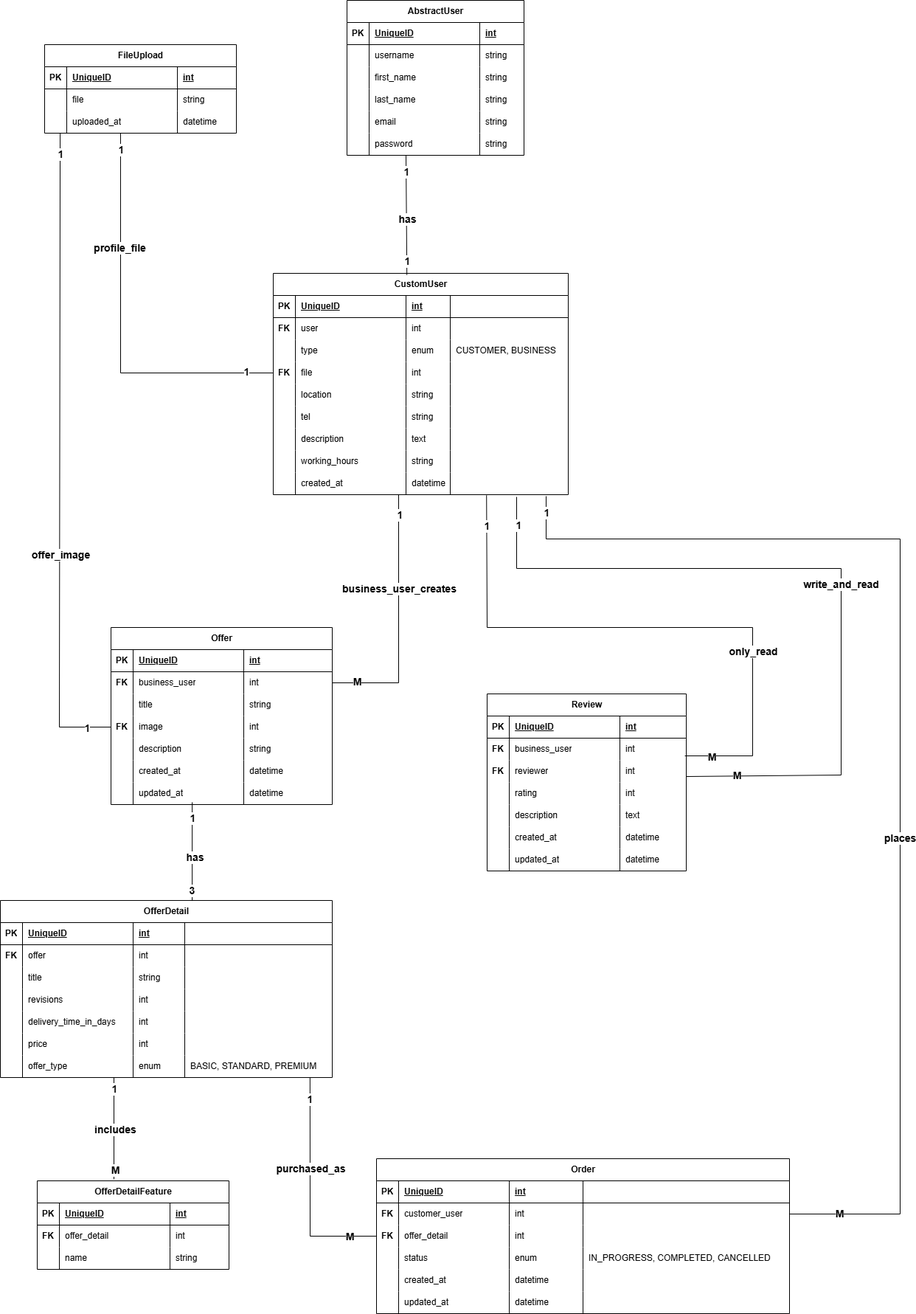
The draw.io diagram z_screenshots/erd.drawio.png in Olivierentwicklung/coderr_backend, before a commit. Source tidied: cells renumbered, new cells last; positions are measured from the earlier drawing's top-left corner, leaving out a move shared by most shapes.
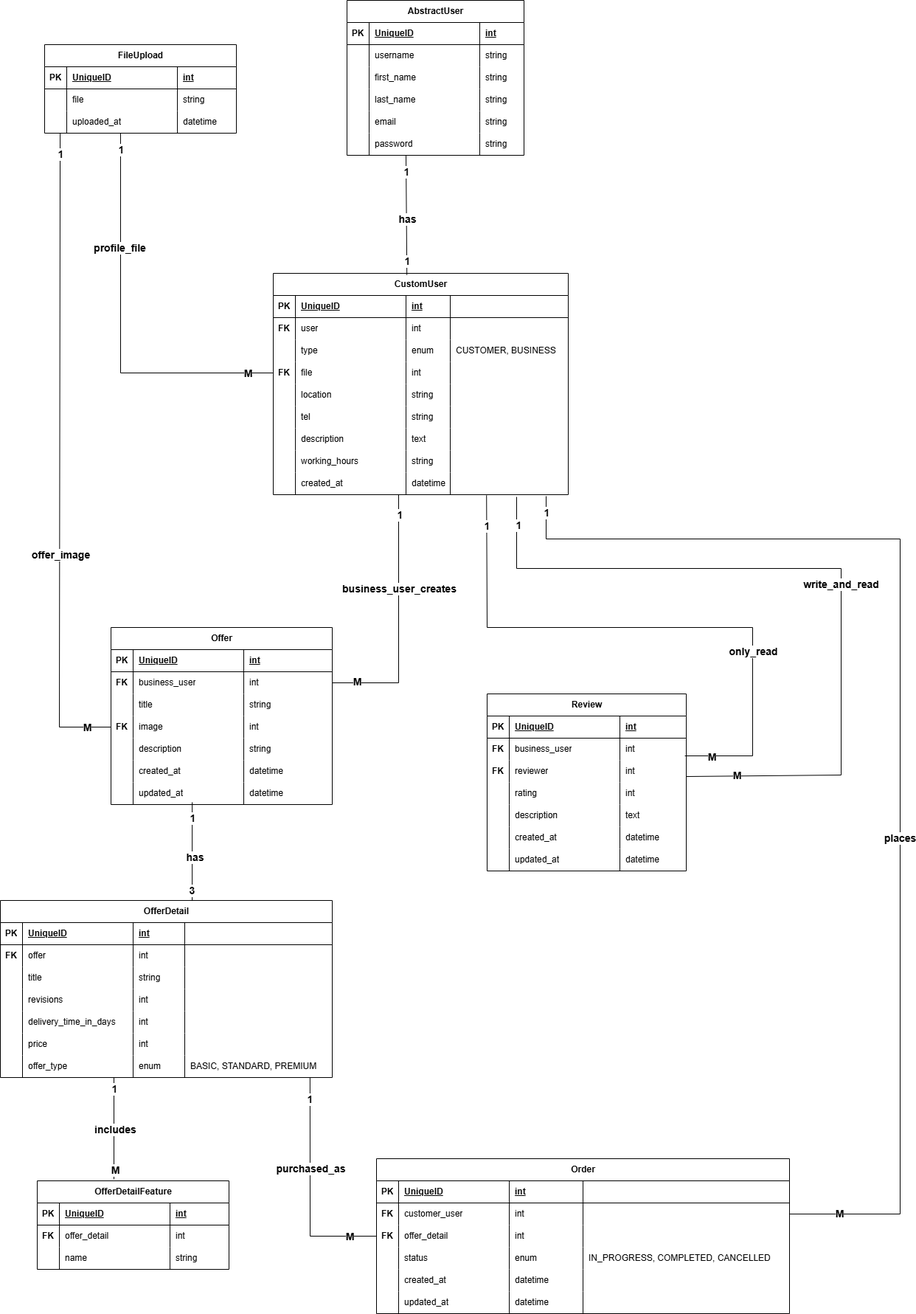
The same diagram one commit later.

Commit message:
Update ERD diagram in screenshots

The edit, as a diff of the source:
```diff
@@ -695,9 +695,9 @@
     <mxCell id="230" value="&lt;font style=&quot;font-size: 14px;&quot;&gt;&lt;b&gt;profile_file&lt;/b&gt;&lt;/font&gt;" style="edgeLabel;html=1;align=center;verticalAlign=middle;" parent="228" vertex="1">
       <mxGeometry x="-0.42" y="-1" relative="1" as="geometry" />
     </mxCell>
-    <mxCell id="231" value="&lt;font style=&quot;font-size: 14px;&quot;&gt;&lt;b&gt;1&lt;/b&gt;&lt;/font&gt;" style="edgeLabel;html=1;align=center;verticalAlign=middle;" parent="228" vertex="1">
-      <mxGeometry x="0.86" y="2" relative="1" as="geometry" />
-    </mxCell>
+    <mxCell id="264" value="&lt;font style=&quot;font-size: 14px;&quot;&gt;&lt;b&gt;M&lt;/b&gt;&lt;/font&gt;" style="edgeLabel;html=1;align=center;verticalAlign=middle;" parent="228" vertex="1">
+      <mxGeometry x="0.87" relative="1" as="geometry" />
+    </mxCell>
     <mxCell id="232" style="endArrow=none;html=1;rounded=0;exitX=0.081;exitY=1;exitDx=0;exitDy=0;exitPerimeter=0;entryX=0;entryY=0.5;entryDx=0;entryDy=0;" parent="1" edge="1" source="36" target="99">
       <mxGeometry relative="1" as="geometry">
         <Array as="points">
@@ -711,9 +711,9 @@
     <mxCell id="234" value="&lt;font style=&quot;font-size: 14px;&quot;&gt;&lt;b&gt;offer_image&lt;/b&gt;&lt;/font&gt;" style="edgeLabel;html=1;align=center;verticalAlign=middle;" parent="232" vertex="1">
       <mxGeometry x="0.31" y="1" relative="1" as="geometry" />
     </mxCell>
-    <mxCell id="235" value="&lt;font style=&quot;font-size: 14px;&quot;&gt;&lt;b&gt;1&lt;/b&gt;&lt;/font&gt;" style="edgeLabel;html=1;align=center;verticalAlign=middle;" parent="232" vertex="1">
-      <mxGeometry x="0.93" y="-1" relative="1" as="geometry" />
-    </mxCell>
+    <mxCell id="265" value="&lt;font style=&quot;font-size: 14px;&quot;&gt;&lt;b&gt;M&lt;/b&gt;&lt;/font&gt;" style="edgeLabel;html=1;align=center;verticalAlign=middle;" parent="232" vertex="1">
+      <mxGeometry x="0.93" relative="1" as="geometry" />
+    </mxCell>
     <mxCell id="236" style="endArrow=none;html=1;rounded=0;exitX=0.32;exitY=0.967;exitDx=0;exitDy=0;exitPerimeter=0;entryX=1;entryY=0.5;entryDx=0;entryDy=0;" parent="1" edge="1" target="91">
       <mxGeometry relative="1" as="geometry">
         <mxPoint x="540" y="670" as="sourcePoint" />
```
